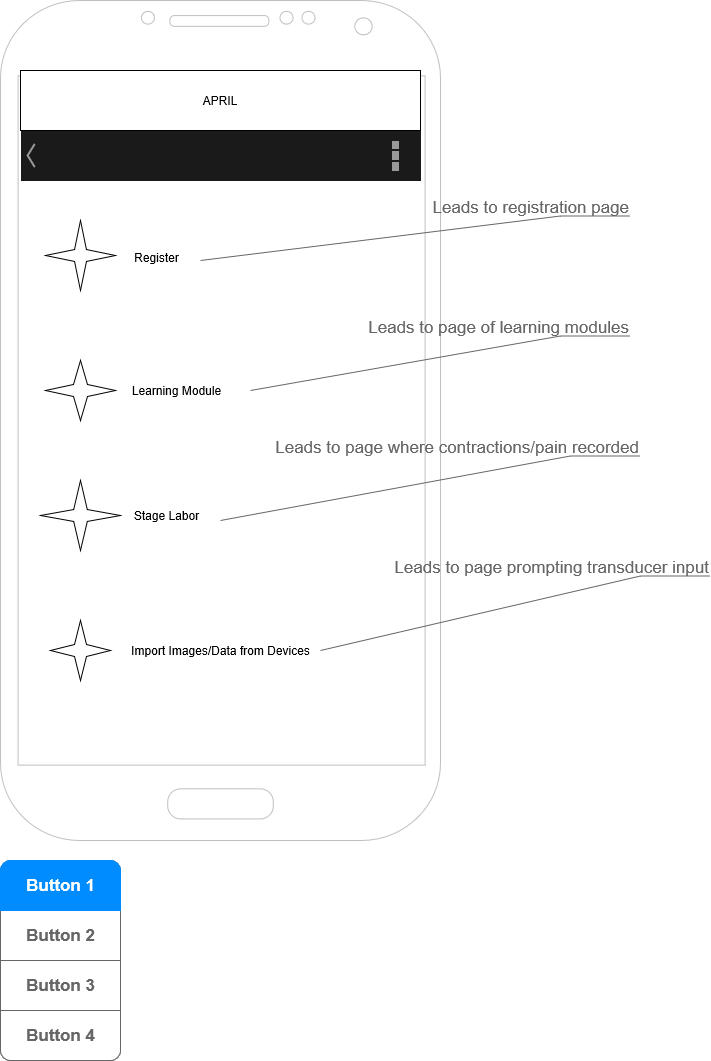
JACFlyer/april keeps this draw.io diagram as docs/april-wireframe.png. Above is the earlier version. Source tidied: cells renumbered, new cells last; positions are measured from the earlier drawing's top-left corner, leaving out a move shared by most shapes.
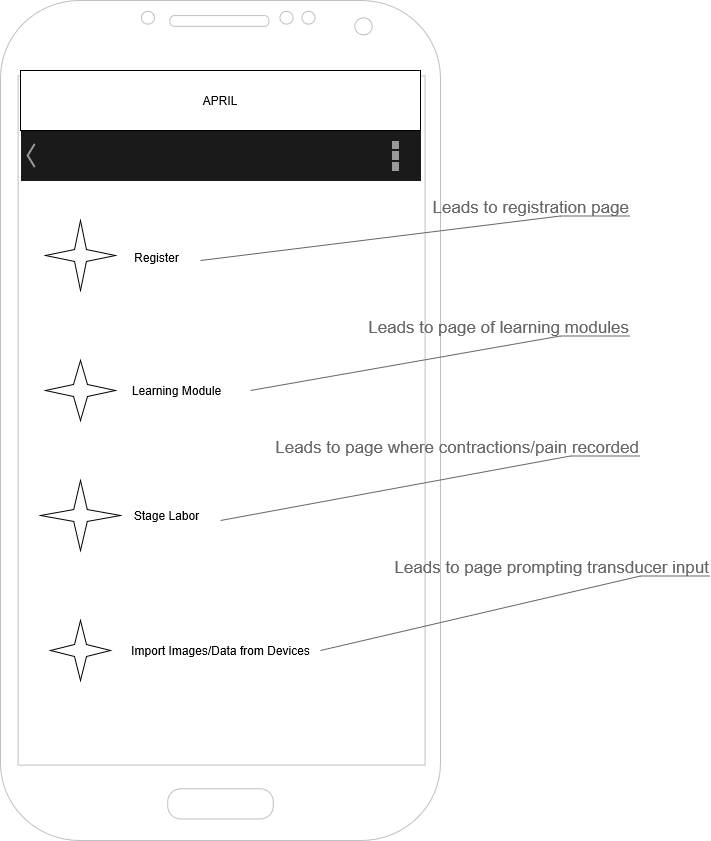
After the change.

Diff of the diagram source:
```diff
@@ -11,27 +11,6 @@
     <mxCell id="4" value="APRIL" style="rounded=0;whiteSpace=wrap;html=1;" parent="1" vertex="1">
       <mxGeometry x="20" y="70" width="400" height="60" as="geometry" />
     </mxCell>
-    <mxCell id="5" style="strokeWidth=1;shadow=0;dashed=0;align=center;html=1;shape=mxgraph.mockup.rrect;rSize=10;strokeColor=#666666;" parent="1" vertex="1">
-      <mxGeometry y="860" width="120" height="200" as="geometry" />
-    </mxCell>
-    <mxCell id="6" value="Button 2" style="strokeColor=inherit;fillColor=inherit;gradientColor=inherit;strokeWidth=1;shadow=0;dashed=0;align=center;html=1;shape=mxgraph.mockup.rrect;rSize=0;fontSize=17;fontColor=#666666;fontStyle=1;" parent="5" vertex="1">
-      <mxGeometry width="120" height="50" relative="1" as="geometry">
-        <mxPoint y="50" as="offset" />
-      </mxGeometry>
-    </mxCell>
-    <mxCell id="7" value="Button 3" style="strokeColor=inherit;fillColor=inherit;gradientColor=inherit;strokeWidth=1;shadow=0;dashed=0;align=center;html=1;shape=mxgraph.mockup.rrect;rSize=0;fontSize=17;fontColor=#666666;fontStyle=1;" parent="5" vertex="1">
-      <mxGeometry width="120" height="50" relative="1" as="geometry">
-        <mxPoint y="100" as="offset" />
-      </mxGeometry>
-    </mxCell>
-    <mxCell id="8" value="Button 4" style="strokeColor=inherit;fillColor=inherit;gradientColor=inherit;strokeWidth=1;shadow=0;dashed=0;align=center;html=1;shape=mxgraph.mockup.bottomButton;rSize=10;fontSize=17;fontColor=#666666;fontStyle=1;" parent="5" vertex="1">
-      <mxGeometry y="1" width="120" height="50" relative="1" as="geometry">
-        <mxPoint y="-50" as="offset" />
-      </mxGeometry>
-    </mxCell>
-    <mxCell id="9" value="Button 1" style="strokeWidth=1;shadow=0;dashed=0;align=center;html=1;shape=mxgraph.mockup.topButton;rSize=10;fontSize=17;fontColor=#ffffff;fontStyle=1;fillColor=#008cff;strokeColor=#008cff;" parent="5" vertex="1">
-      <mxGeometry width="120" height="50" relative="1" as="geometry" />
-    </mxCell>
     <mxCell id="10" style="verticalLabelPosition=bottom;verticalAlign=top;html=1;shape=mxgraph.basic.4_point_star_2;dx=0.8;" parent="1" vertex="1">
       <mxGeometry x="50" y="620" width="60" height="60" as="geometry" />
     </mxCell>
```
